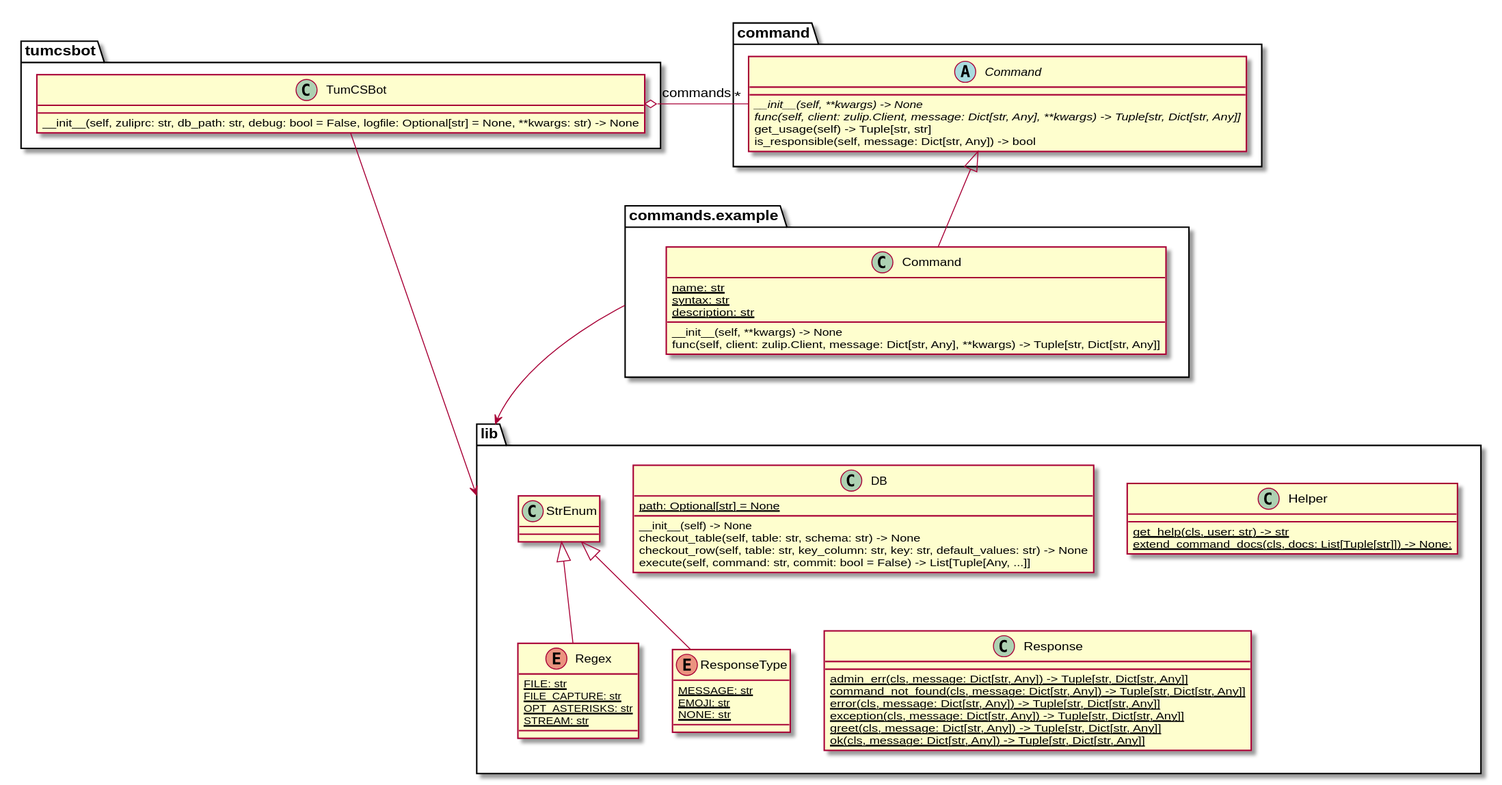
This is class_diagram.svg from ro-i/tumcsbot, a PlantUML export, as it was before one commit.
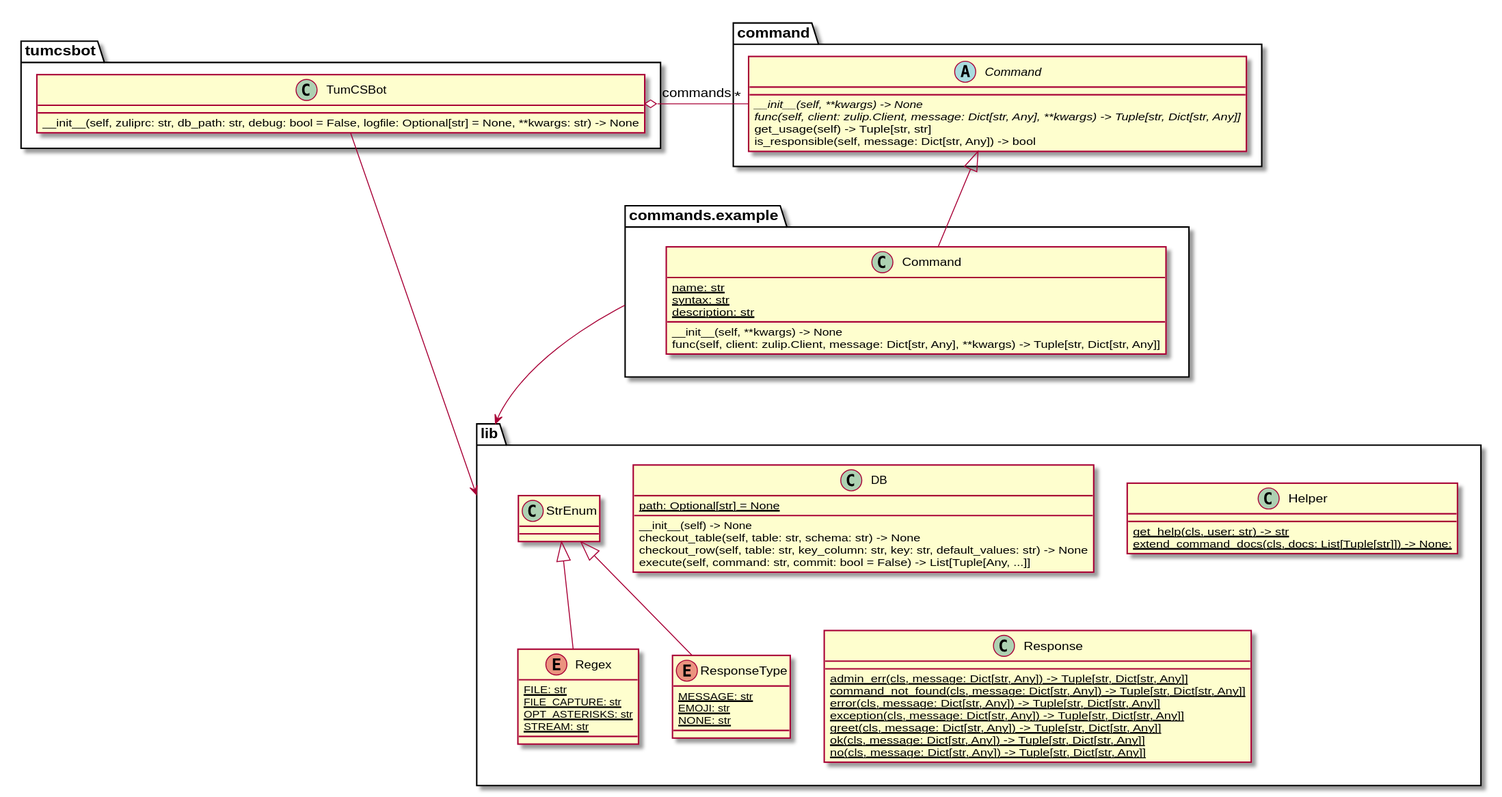
Above is the later version.

Commit message:
update class diagram

Diff of the diagram source:
```diff
@@ -41,6 +41,7 @@
 {static} exception(cls, message: Dict[str, Any]) -> Tuple[str, Dict[str, Any]]
 {static} greet(cls, message: Dict[str, Any]) -> Tuple[str, Dict[str, Any]]
 {static} ok(cls, message: Dict[str, Any]) -> Tuple[str, Dict[str, Any]]
+{static} no(cls, message: Dict[str, Any]) -> Tuple[str, Dict[str, Any]]
 }
 
 enum lib.Regex extends lib.StrEnum {
```
